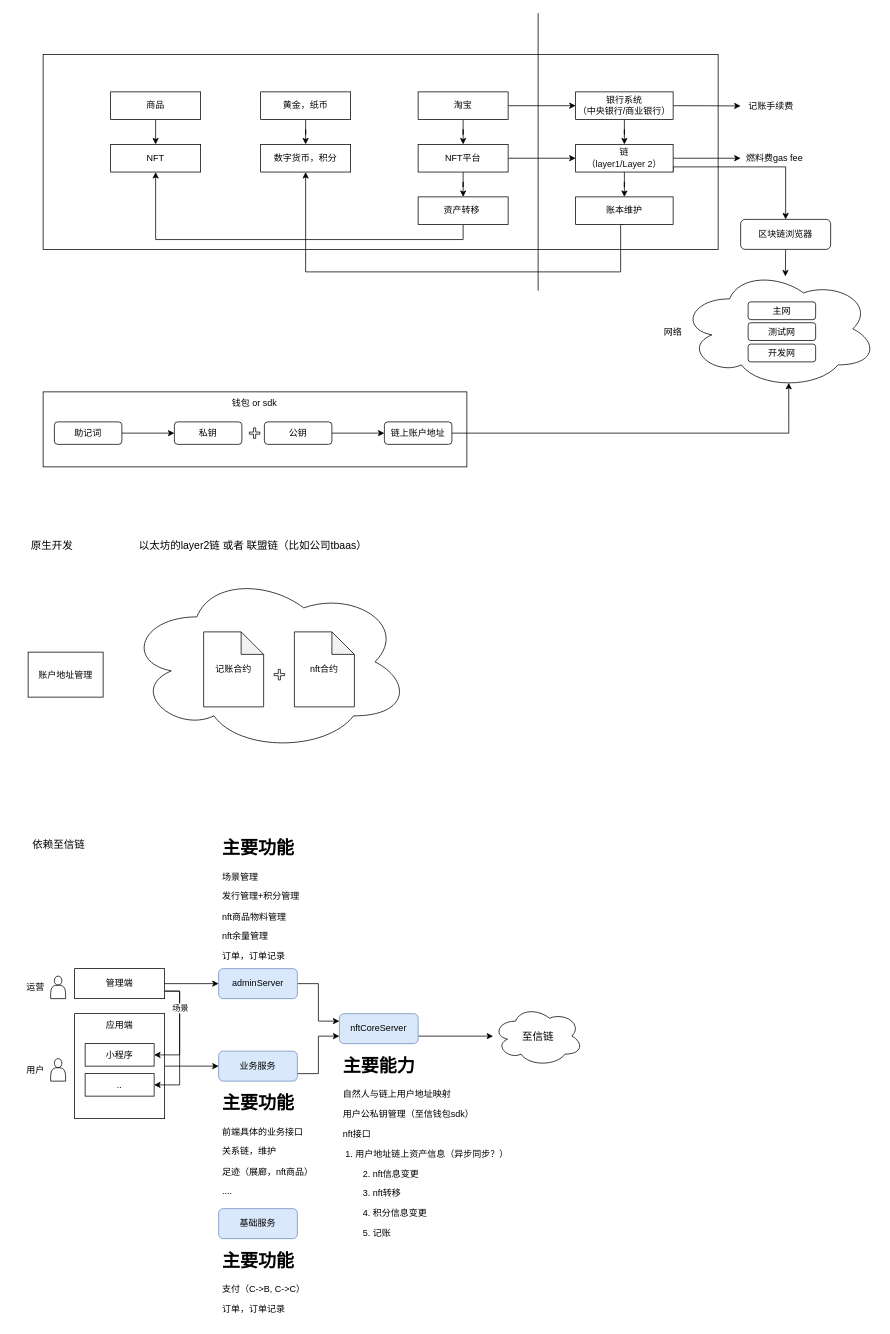
axtrur/resource keeps this draw.io diagram as nft.drawio. Above is the earlier version. Source tidied: cells renumbered, new cells numbered last; positions are measured from the earlier drawing's top-left corner, leaving out a move shared by most shapes. Both pictures are drawn from the tidied source at 75%, with x=0, y=0 at pixel (13, 13).
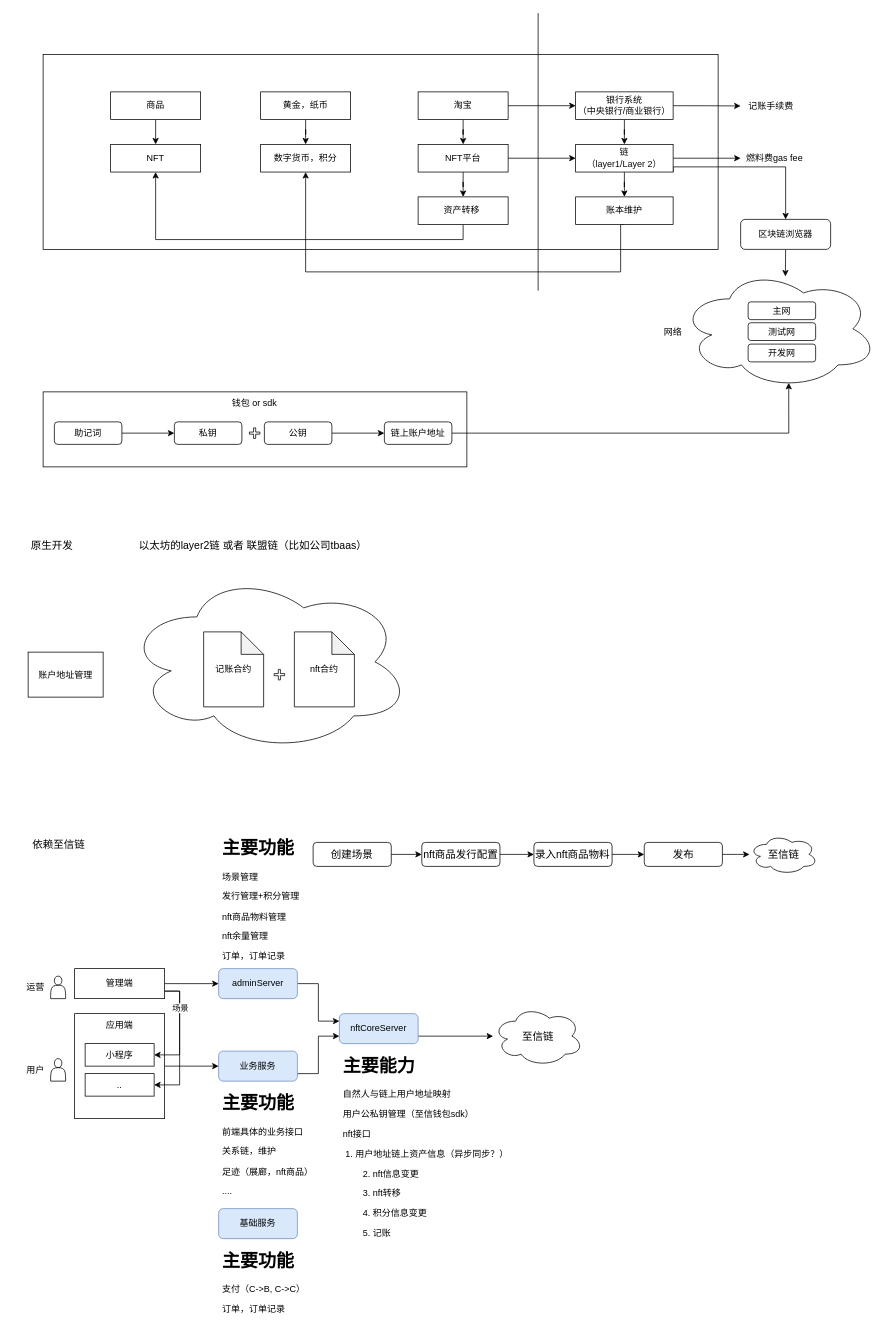
After the change.

Change to the diagram source:
```diff
@@
+    <mxCell id="81" style="group;" parent="1" vertex="1">
+      <mxGeometry x="400" y="1095" width="672.5" height="53.3" as="geometry" />
+    </mxCell>
+    <mxCell id="82" value="创建场景" style="rounded=1;whiteSpace=wrap;html=1;fontSize=14;" parent="81" vertex="1">
+      <mxGeometry y="10.7" width="104.2" height="32" as="geometry" />
+    </mxCell>
+    <mxCell id="83" value="nft商品发行配置" style="rounded=1;whiteSpace=wrap;html=1;fontSize=14;" parent="81" vertex="1">
+      <mxGeometry x="144.9" y="10.7" width="104.2" height="32" as="geometry" />
+    </mxCell>
+    <mxCell id="84" style="edgeStyle=orthogonalEdgeStyle;rounded=0;jettySize=auto;html=1;exitX=1;exitY=0.5;exitDx=0;exitDy=0;fontSize=14;" parent="81" edge="1" source="82" target="83">
+      <mxGeometry relative="1" as="geometry" />
+    </mxCell>
+    <mxCell id="85" value="录入nft商品物料" style="rounded=1;whiteSpace=wrap;html=1;fontSize=14;" parent="81" vertex="1">
+      <mxGeometry x="294.4" y="10.7" width="104.2" height="32" as="geometry" />
+    </mxCell>
+    <mxCell id="86" style="edgeStyle=orthogonalEdgeStyle;rounded=0;jettySize=auto;html=1;exitX=1;exitY=0.5;exitDx=0;exitDy=0;fontSize=14;" parent="81" edge="1" source="83" target="85">
+      <mxGeometry relative="1" as="geometry" />
+    </mxCell>
+    <mxCell id="87" value="发布" style="rounded=1;whiteSpace=wrap;html=1;fontSize=14;" parent="81" vertex="1">
+      <mxGeometry x="441.5" y="10.7" width="104.2" height="32" as="geometry" />
+    </mxCell>
+    <mxCell id="88" style="edgeStyle=orthogonalEdgeStyle;rounded=0;jettySize=auto;html=1;exitX=1;exitY=0.5;exitDx=0;exitDy=0;fontSize=14;" parent="81" edge="1" source="85" target="87">
+      <mxGeometry relative="1" as="geometry" />
+    </mxCell>
+    <mxCell id="89" value="至信链" style="ellipse;shape=cloud;whiteSpace=wrap;html=1;fontSize=14;" parent="81" vertex="1">
+      <mxGeometry x="581.9" width="90.6" height="53.3" as="geometry" />
+    </mxCell>
+    <mxCell id="90" style="edgeStyle=orthogonalEdgeStyle;rounded=0;jettySize=auto;html=1;exitX=1;exitY=0.5;exitDx=0;exitDy=0;fontSize=14;" parent="81" edge="1" source="87" target="89">
+      <mxGeometry relative="1" as="geometry" />
+    </mxCell>
```
